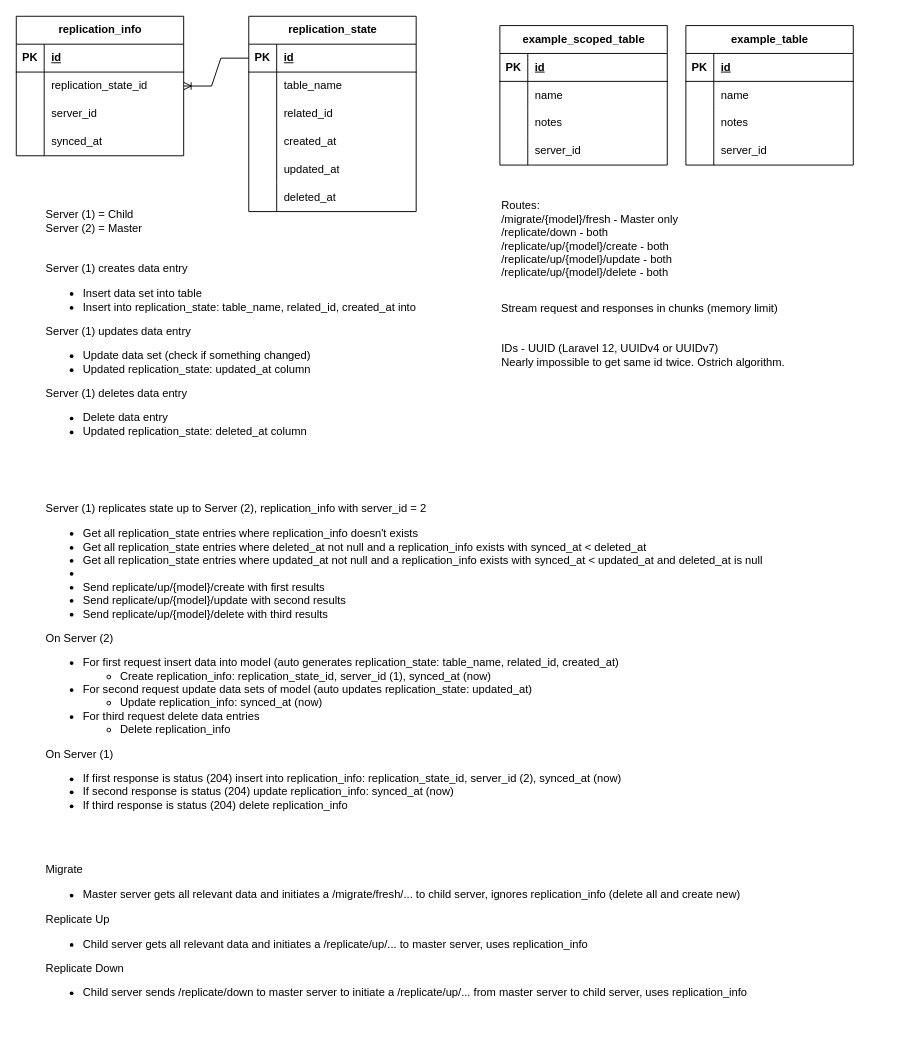
The draw.io diagram replication_ideas.drawio in RalphShindy/replication_idea, before the edit. Source tidied: cells renumbered, new cells numbered last; positions are measured from the earlier drawing's top-left corner, leaving out a move shared by most shapes. Both pictures are drawn from the tidied source at 93%, with x=0, y=0 at pixel (16, 16).
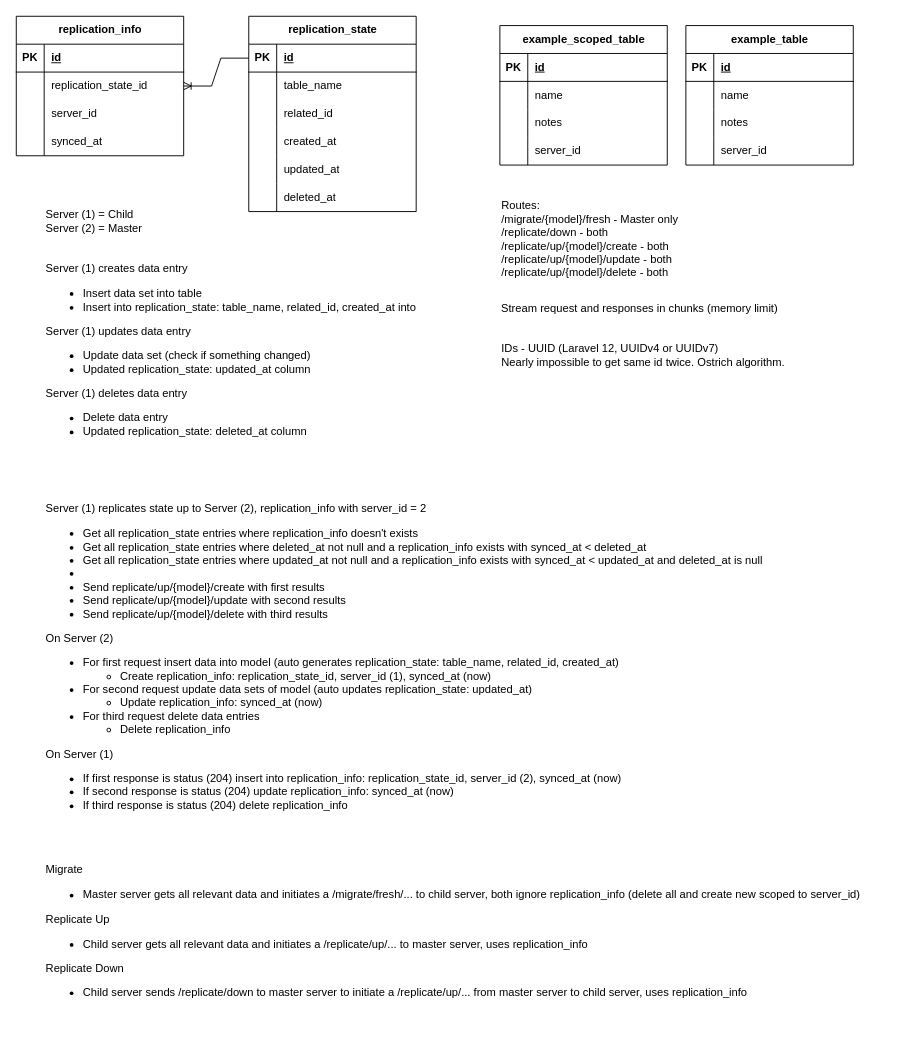
The same page after the edit.

What changed in the source:
```diff
@@
-    <mxCell id="37" value="&lt;div&gt;Migrate&lt;/div&gt;&lt;div&gt;&lt;ul&gt;&lt;li&gt;Master server gets all relevant data and initiates a /migrate/fresh/... to child server, ignores replication_info (delete all and create new)&lt;br&gt;&lt;/li&gt;&lt;/ul&gt;&lt;/div&gt;&lt;div&gt;Replicate Up&lt;/div&gt;&lt;div&gt;&lt;ul&gt;&lt;li&gt;Child server gets all relevant data and initiates a /replicate/up/... to master server, uses replication_info&lt;br&gt;&lt;/li&gt;&lt;/ul&gt;&lt;/div&gt;&lt;div&gt;Replicate Down&lt;/div&gt;&lt;div&gt;&lt;ul&gt;&lt;li&gt;Child server sends /replicate/down to master server to initiate a /replicate/up/... from master server to child server, uses replication_info&lt;br&gt;&lt;/li&gt;&lt;/ul&gt;&lt;/div&gt;" style="text;html=1;align=left;verticalAlign=middle;strokeColor=none;fillColor=none;" parent="1" vertex="1">
-      <mxGeometry x="30" y="900" width="780" height="180" as="geometry" />
+    <mxCell id="37" value="&lt;div&gt;Migrate&lt;/div&gt;&lt;div&gt;&lt;ul&gt;&lt;li&gt;Master server gets all relevant data and initiates a /migrate/fresh/... to child server, both ignore replication_info (delete all and create new scoped to server_id)&lt;br&gt;&lt;/li&gt;&lt;/ul&gt;&lt;/div&gt;&lt;div&gt;Replicate Up&lt;/div&gt;&lt;div&gt;&lt;ul&gt;&lt;li&gt;Child server gets all relevant data and initiates a /replicate/up/... to master server, uses replication_info&lt;br&gt;&lt;/li&gt;&lt;/ul&gt;&lt;/div&gt;&lt;div&gt;Replicate Down&lt;/div&gt;&lt;div&gt;&lt;ul&gt;&lt;li&gt;Child server sends /replicate/down to master server to initiate a /replicate/up/... from master server to child server, uses replication_info&lt;br&gt;&lt;/li&gt;&lt;/ul&gt;&lt;/div&gt;" style="text;html=1;align=left;verticalAlign=middle;strokeColor=none;fillColor=none;" parent="1" vertex="1">
+      <mxGeometry x="30" y="900" width="900" height="180" as="geometry" />
     </mxCell>
```
